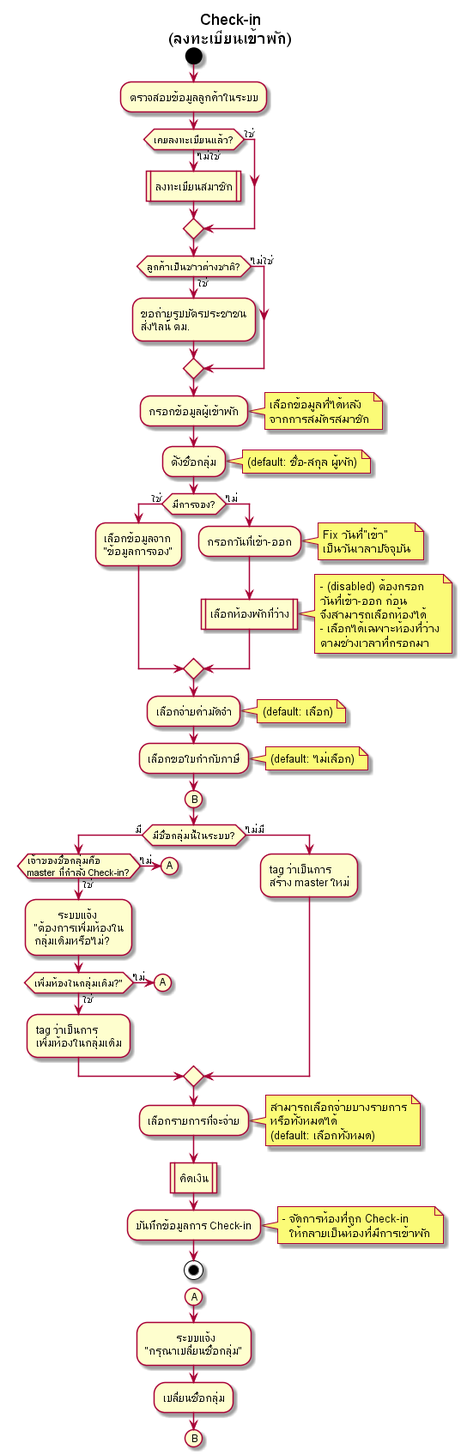
This is out/activity-diagram/Check-in/Check-in/Check-in(ลงทะเบียนเข้าพัก).png from cheat13/Prompiman_Diagram, a PlantUML export, as it was before one commit.
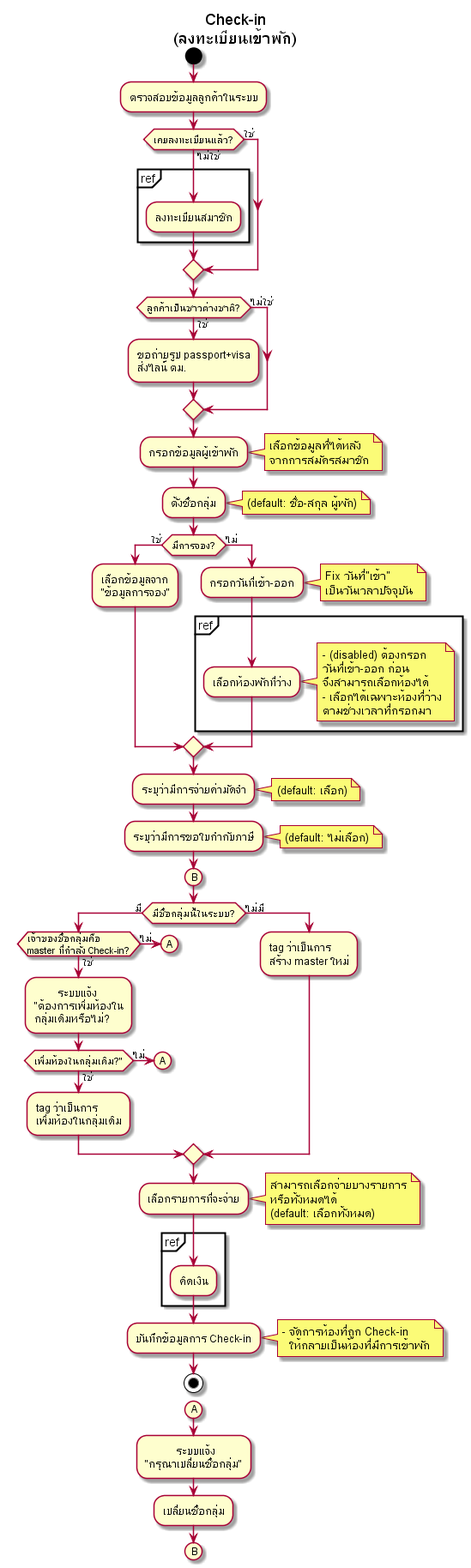
The same diagram one commit later.

The edit, as a diff of the source:
```diff
@@ -5,12 +5,14 @@
 :ตรวจสอบข้อมูลลูกค้าในระบบ;
 
 if (เคยลงทะเบียนแล้ว?) then (ไม่ใช่)
-    :ลงทะเบียนสมาชิก|
+    partition ref {
+        :ลงทะเบียนสมาชิก;
+    }
 else (ใช่)
 endif
 
 if (ลูกค้าเป็นชาวต่างชาติ?) then (ใช่)
-    :ขอถ่ายรูปบัตรประชาชน
+    :ขอถ่ายรูป passport+visa
     ส่งไลน์ ตม.;
 else (ไม่ใช่)
 endif
@@ -33,20 +35,22 @@
         เป็นวันเวลาปัจจุบัน
     endnote
 
-    :เลือกห้องพักที่ว่าง|
-    note right
-        - (disabled) ต้องกรอก
-        วันที่เข้า-ออก ก่อน
-        จึงสามารถเลือกห้องได้
-        - เลือกได้เฉพาะห้องที่ว่าง
-        ตามช่วงเวลาที่กรอกมา
-    endnote
+    partition ref {
+        :เลือกห้องพักที่ว่าง;
+        note right
+            - (disabled) ต้องกรอก
+            วันที่เข้า-ออก ก่อน
+            จึงสามารถเลือกห้องได้
+            - เลือกได้เฉพาะห้องที่ว่าง
+            ตามช่วงเวลาที่กรอกมา
+        endnote
+    }
 
 endif
 
-:เลือกจ่ายค่ามัดจำ;
+:ระบุว่ามีการจ่ายค่ามัดจำ;
 note right: (default: เลือก)
-:เลือกขอใบกำกับภาษี;
+:ระบุว่ามีการขอใบกำกับภาษี;
 note right: (default: ไม่เลือก)
 
 (B)
@@ -74,7 +78,10 @@
     (default: เลือกทั้งหมด)
 endnote
 
-:คิดเงิน|
+partition ref {
+    :คิดเงิน;
+}
+
 :บันทึกข้อมูลการ Check-in;
 note right
     - จัดการห้องที่ถูก Check-in
```
